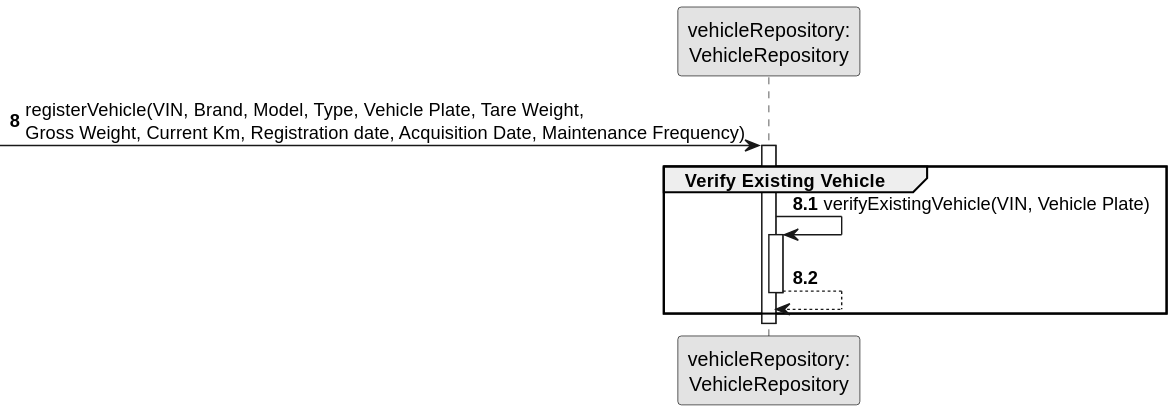
Above: docs/sprintC/us006/03.design/svg/us006-sequence-diagram-partial-verify-existing-vehicle.svg in ricardomm7/leaflink (PlantUML), before the change.
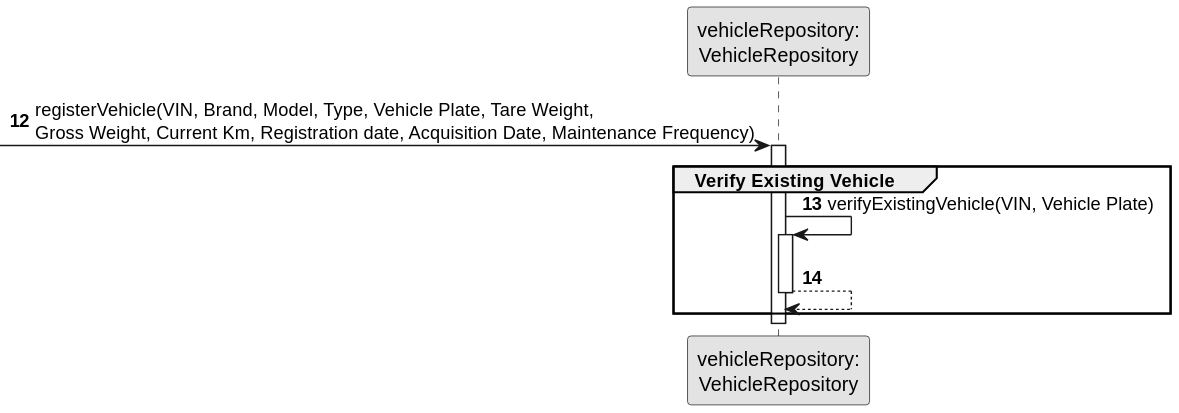
Above is the later version.

The edit, as a diff of the source:
```diff
@@ -5,12 +5,11 @@
 
 participant "vehicleRepository:\nVehicleRepository" as VehicleRepository
 
-autonumber 8
+autonumber 12
 -> VehicleRepository  : registerVehicle(VIN, Brand, Model, Type, Vehicle Plate, Tare Weight, \nGross Weight, Current Km, Registration date, Acquisition Date, Maintenance Frequency)
 
 activate VehicleRepository
     group Verify Existing Vehicle
-    autonumber 8.1
 
         VehicleRepository -> VehicleRepository: verifyExistingVehicle(VIN, Vehicle Plate)
         activate VehicleRepository
```
